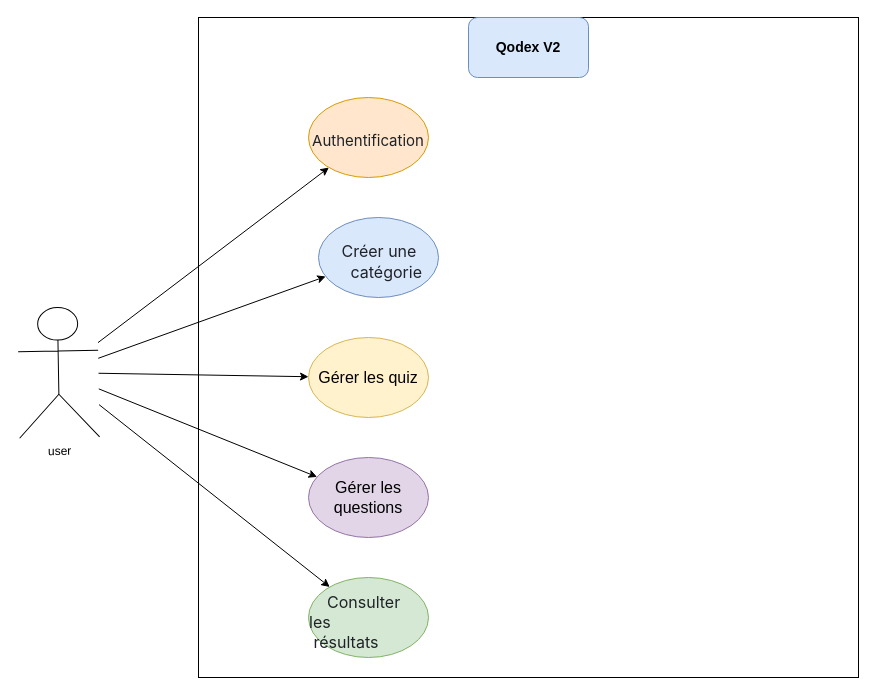
Earlier version of the draw.io diagram diagramme/userCase.drawio (Mehdi-133/QodexV2). Source tidied: cells renumbered, new cells numbered last; positions are measured from the earlier drawing's top-left corner, leaving out a move shared by most shapes. Both pictures are drawn from the tidied source at 100%, with x=0, y=0 at pixel (18, 17).
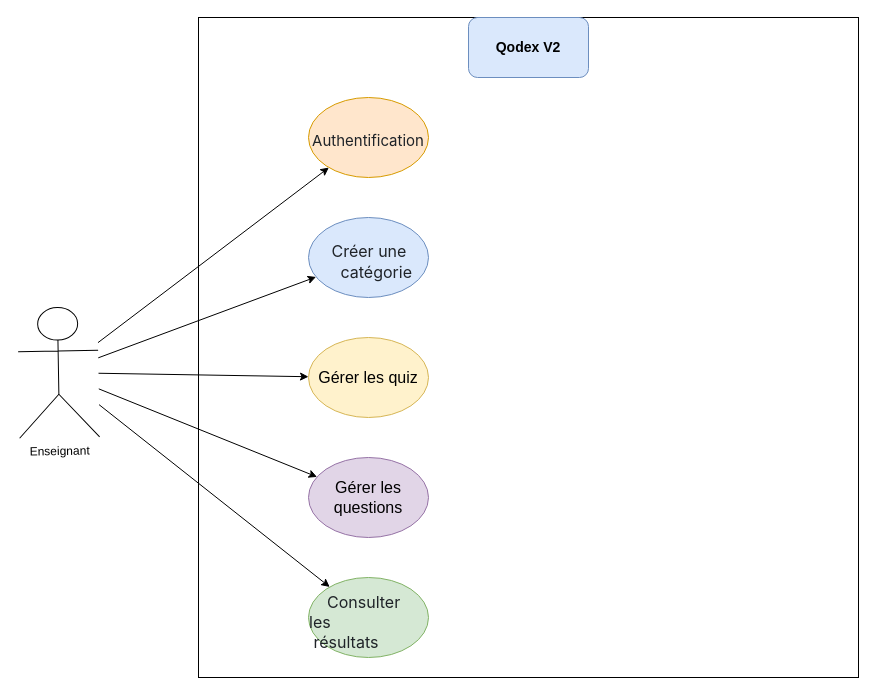
The same diagram, later.

Commit message (it also covers changes not shown here):
QOD-43 Diagramme de Classes UML

What changed in the source:
```diff
@@
 <mxGraphModel>
   <root>
     <mxCell id="0" />
     <mxCell id="1" parent="0" />
     <mxCell id="2" style="whiteSpace=wrap;html=1;" parent="1" vertex="1">
       <mxGeometry x="180" width="660" height="660" as="geometry" />
     </mxCell>
     <mxCell id="3" style="edgeStyle=none;html=1;" parent="1" edge="1" source="8" target="9">
       <mxGeometry relative="1" as="geometry" />
     </mxCell>
     <mxCell id="4" style="edgeStyle=none;html=1;" parent="1" edge="1" source="8" target="10">
       <mxGeometry relative="1" as="geometry" />
     </mxCell>
     <mxCell id="5" style="edgeStyle=none;html=1;" parent="1" edge="1" source="8" target="11">
       <mxGeometry relative="1" as="geometry" />
     </mxCell>
     <mxCell id="6" style="edgeStyle=none;html=1;" parent="1" edge="1" source="8" target="12">
       <mxGeometry relative="1" as="geometry" />
     </mxCell>
     <mxCell id="7" style="edgeStyle=none;html=1;" parent="1" edge="1" source="8" target="13">
       <mxGeometry relative="1" as="geometry" />
     </mxCell>
-    <mxCell id="8" value="user" style="shape=umlActor;verticalLabelPosition=bottom;verticalAlign=top;html=1;outlineConnect=0;rotation=-1;" parent="1" vertex="1">
+    <mxCell id="8" value="Enseignant" style="shape=umlActor;verticalLabelPosition=bottom;verticalAlign=top;html=1;outlineConnect=0;rotation=-1;" parent="1" vertex="1">
       <mxGeometry y="290.1" width="80" height="130" as="geometry" />
     </mxCell>
     <mxCell id="9" value="&lt;h3 style=&quot;box-sizing: border-box; margin-top: 24px; margin-bottom: 16px; font-size: 1.25em; line-height: 1.25; color: rgb(31, 35, 40); font-family: -apple-system, BlinkMacSystemFont, &amp;quot;Segoe UI&amp;quot;, &amp;quot;Noto Sans&amp;quot;, Helvetica, Arial, sans-serif, &amp;quot;Apple Color Emoji&amp;quot;, &amp;quot;Segoe UI Emoji&amp;quot;; text-align: start;&quot; dir=&quot;auto&quot; class=&quot;heading-element&quot; tabindex=&quot;-1&quot;&gt;&lt;span style=&quot;font-weight: normal;&quot;&gt;Authentification&lt;/span&gt;&lt;/h3&gt;" style="ellipse;whiteSpace=wrap;html=1;fillColor=#ffe6cc;strokeColor=#d79b00;" parent="1" vertex="1">
       <mxGeometry x="290" y="80" width="120" height="80" as="geometry" />
     </mxCell>
     <mxCell id="10" value="&lt;h3 style=&quot;box-sizing: border-box; margin-top: 24px; margin-bottom: 16px; font-size: 1.25em; line-height: 1.25; color: rgb(31, 35, 40); font-family: -apple-system, BlinkMacSystemFont, &amp;quot;Segoe UI&amp;quot;, &amp;quot;Noto Sans&amp;quot;, Helvetica, Arial, sans-serif, &amp;quot;Apple Color Emoji&amp;quot;, &amp;quot;Segoe UI Emoji&amp;quot;; text-align: start;&quot; dir=&quot;auto&quot; class=&quot;heading-element&quot; tabindex=&quot;-1&quot;&gt;&lt;span style=&quot;&quot;&gt;&lt;span style=&quot;font-size: 16px; font-weight: normal;&quot;&gt;&amp;nbsp; &amp;nbsp; &amp;nbsp;Créer une&amp;nbsp; &amp;nbsp; &amp;nbsp; &amp;nbsp; &amp;nbsp; &amp;nbsp;catégorie&lt;/span&gt;&lt;/span&gt;&lt;/h3&gt;" style="ellipse;whiteSpace=wrap;html=1;fillColor=#dae8fc;strokeColor=#6c8ebf;" parent="1" vertex="1">
-      <mxGeometry x="300" y="200" width="120" height="80" as="geometry" />
+      <mxGeometry x="290" y="200" width="120" height="80" as="geometry" />
     </mxCell>
     <mxCell id="11" value="&lt;span data-lucid-content=&quot;{&amp;quot;t&amp;quot;:&amp;quot;Gérer les quiz&amp;quot;,&amp;quot;m&amp;quot;:[{&amp;quot;s&amp;quot;:0,&amp;quot;n&amp;quot;:&amp;quot;s&amp;quot;,&amp;quot;v&amp;quot;:21.333333333333336,&amp;quot;e&amp;quot;:14},{&amp;quot;s&amp;quot;:0,&amp;quot;n&amp;quot;:&amp;quot;fc&amp;quot;,&amp;quot;v&amp;quot;:&amp;quot;Regular&amp;quot;,&amp;quot;e&amp;quot;:14},{&amp;quot;s&amp;quot;:0,&amp;quot;n&amp;quot;:&amp;quot;fid&amp;quot;,&amp;quot;v&amp;quot;:947029,&amp;quot;e&amp;quot;:14}]}&quot;&gt;&lt;span style=&quot;font-size:16.000000000000004px;&quot;&gt;Gérer les quiz&lt;/span&gt;&lt;/span&gt;" style="ellipse;whiteSpace=wrap;html=1;fillColor=#fff2cc;strokeColor=#d6b656;" parent="1" vertex="1">
       <mxGeometry x="290" y="320" width="120" height="80" as="geometry" />
     </mxCell>
     <mxCell id="12" value="&lt;span data-lucid-content=&quot;{&amp;quot;t&amp;quot;:&amp;quot;Gérer les questions&amp;quot;,&amp;quot;m&amp;quot;:[{&amp;quot;s&amp;quot;:0,&amp;quot;n&amp;quot;:&amp;quot;s&amp;quot;,&amp;quot;v&amp;quot;:21.333333333333336,&amp;quot;e&amp;quot;:19},{&amp;quot;s&amp;quot;:0,&amp;quot;n&amp;quot;:&amp;quot;fc&amp;quot;,&amp;quot;v&amp;quot;:&amp;quot;Regular&amp;quot;,&amp;quot;e&amp;quot;:19},{&amp;quot;s&amp;quot;:0,&amp;quot;n&amp;quot;:&amp;quot;fid&amp;quot;,&amp;quot;v&amp;quot;:947029,&amp;quot;e&amp;quot;:19}]}&quot;&gt;&lt;span style=&quot;font-size:16.000000000000004px;&quot;&gt;Gérer les questions&lt;/span&gt;&lt;/span&gt;" style="ellipse;whiteSpace=wrap;html=1;fillColor=#e1d5e7;strokeColor=#9673a6;" parent="1" vertex="1">
       <mxGeometry x="290" y="440" width="120" height="80" as="geometry" />
     </mxCell>
     <mxCell id="13" value="&lt;h4 style=&quot;box-sizing: border-box; margin-top: 24px; margin-bottom: 16px; font-size: 16px; line-height: 1.25; color: rgb(31, 35, 40); font-family: -apple-system, BlinkMacSystemFont, &amp;quot;Segoe UI&amp;quot;, &amp;quot;Noto Sans&amp;quot;, Helvetica, Arial, sans-serif, &amp;quot;Apple Color Emoji&amp;quot;, &amp;quot;Segoe UI Emoji&amp;quot;; text-align: start;&quot; dir=&quot;auto&quot; class=&quot;heading-element&quot; tabindex=&quot;-1&quot;&gt;&lt;span style=&quot;font-weight: normal;&quot;&gt;&amp;nbsp; &amp;nbsp; Consulter les&amp;nbsp; &amp;nbsp; &amp;nbsp; &amp;nbsp; &amp;nbsp;résultats&lt;/span&gt;&lt;/h4&gt;" style="ellipse;whiteSpace=wrap;html=1;fillColor=#d5e8d4;strokeColor=#82b366;" parent="1" vertex="1">
       <mxGeometry x="290" y="560" width="120" height="80" as="geometry" />
     </mxCell>
     <mxCell id="14" value="&lt;b&gt;&lt;font style=&quot;font-size: 14px;&quot;&gt;Qodex V2&lt;/font&gt;&lt;/b&gt;" style="rounded=1;whiteSpace=wrap;html=1;fillColor=#dae8fc;strokeColor=#6c8ebf;" parent="1" vertex="1">
       <mxGeometry x="450" width="120" height="60" as="geometry" />
     </mxCell>
   </root>
 </mxGraphModel>
```
